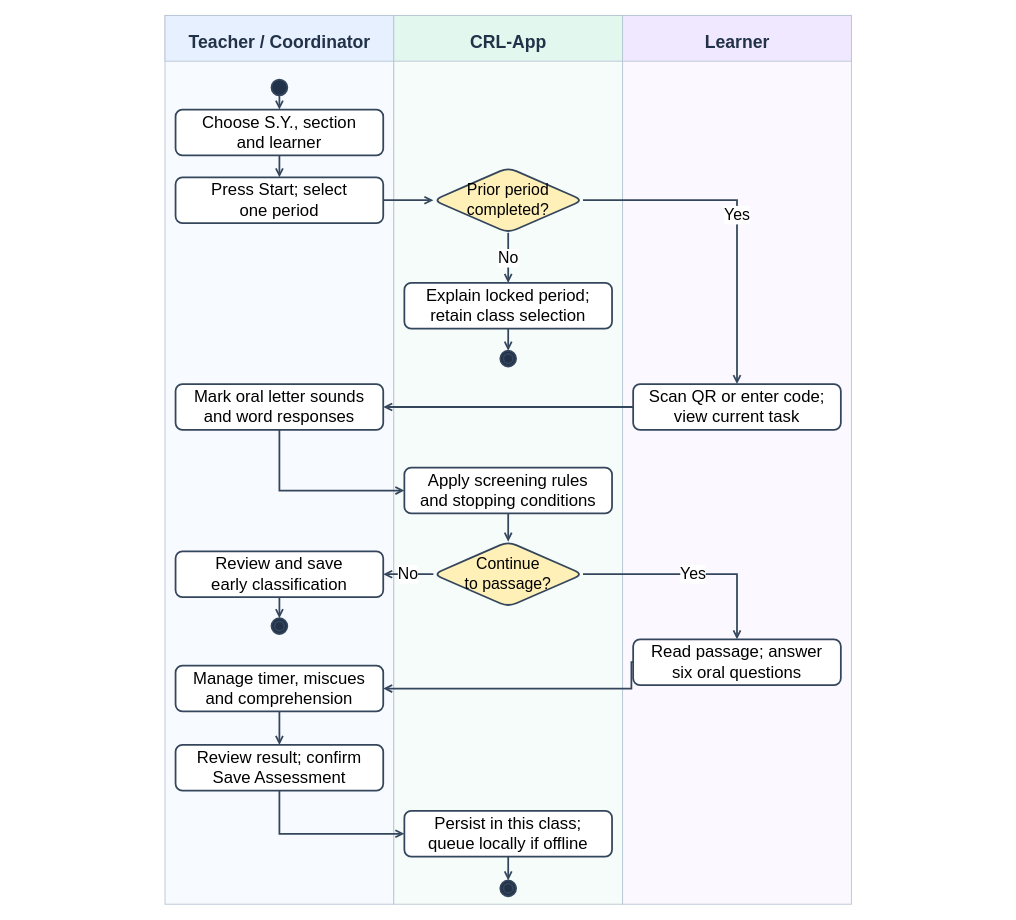
The draw.io diagram docs/diagrams/class-workspaces/figure-08-assessment.drawio in AkuSayangKamuJudaSayang/crl-app, before the edit. Source tidied: cells renumbered, new cells numbered last; positions are measured from the earlier drawing's top-left corner, leaving out a move shared by most shapes. Both pictures are drawn from the tidied source at 88%, with x=0, y=0 at pixel (15, 15).
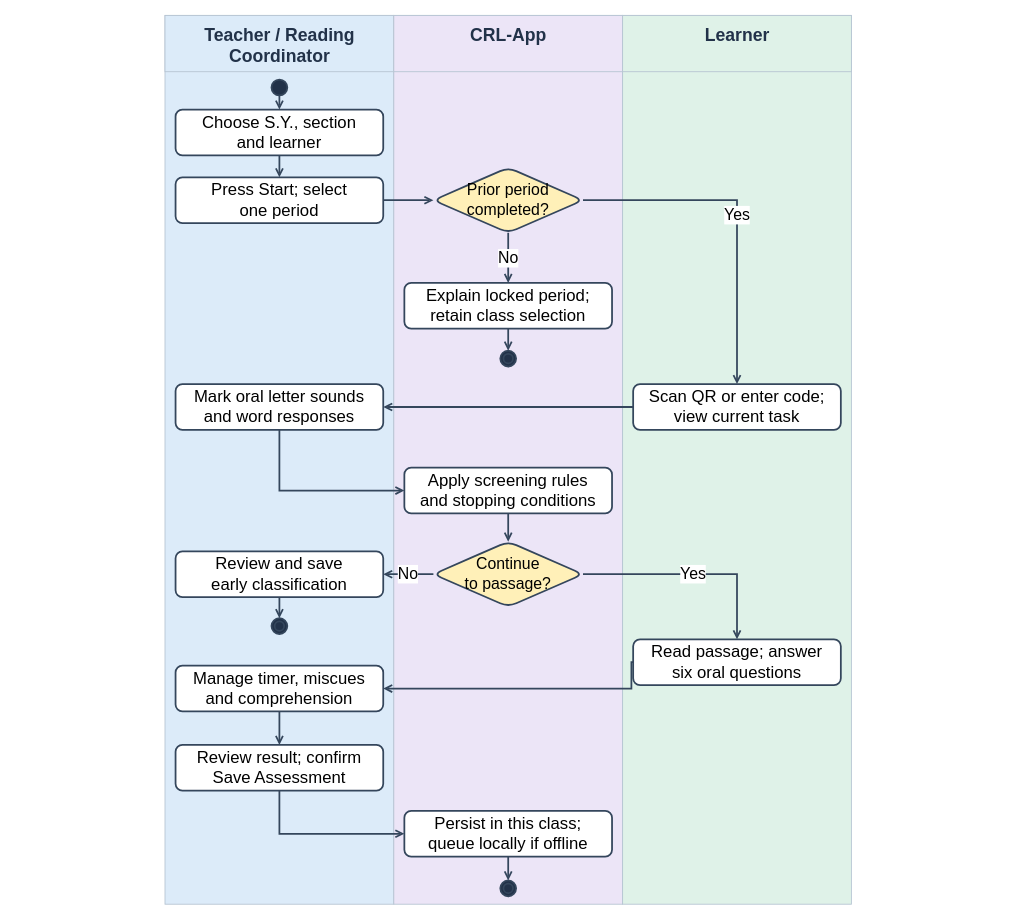
The same diagram, later.

What changed in the source:
```diff
@@
-    <mxCell id="2" style="rounded=0;fillColor=#f7faff;strokeColor=#b6c4d2;" parent="1" vertex="1">
+    <mxCell id="2" style="rounded=0;fillColor=#dcebf9;strokeColor=#b6c4d2;" parent="1" vertex="1">
       <mxGeometry x="170" width="260" height="1010" as="geometry" />
     </mxCell>
-    <mxCell id="3" style="rounded=0;fillColor=#e7f0ff;strokeColor=#b6c4d2;" parent="1" vertex="1">
-      <mxGeometry x="170" width="260" height="52" as="geometry" />
+    <mxCell id="3" style="rounded=0;fillColor=#dcebf9;strokeColor=#b6c4d2;" parent="1" vertex="1">
+      <mxGeometry x="170" width="260" height="64" as="geometry" />
     </mxCell>
-    <mxCell id="4" value="Teacher / Coordinator" style="text;html=1;align=center;verticalAlign=top;fontSize=20;fontColor=#223249;fontStyle=1;strokeColor=none;fillColor=none;" parent="1" vertex="1">
-      <mxGeometry y="11" width="600" height="24" as="geometry" />
+    <mxCell id="4" value="Teacher / Reading&lt;br&gt;Coordinator" style="text;html=1;align=center;verticalAlign=top;fontSize=20;fontColor=#223249;fontStyle=1;strokeColor=none;fillColor=none;" parent="1" vertex="1">
+      <mxGeometry y="4" width="600" height="48" as="geometry" />
     </mxCell>
-    <mxCell id="5" style="rounded=0;fillColor=#f6fcf9;strokeColor=#b6c4d2;" parent="1" vertex="1">
+    <mxCell id="5" style="rounded=0;fillColor=#ece5f7;strokeColor=#b6c4d2;" parent="1" vertex="1">
       <mxGeometry x="430" width="260" height="1010" as="geometry" />
     </mxCell>
-    <mxCell id="6" style="rounded=0;fillColor=#e2f7ee;strokeColor=#b6c4d2;" parent="1" vertex="1">
-      <mxGeometry x="430" width="260" height="52" as="geometry" />
+    <mxCell id="6" style="rounded=0;fillColor=#ece5f7;strokeColor=#b6c4d2;" parent="1" vertex="1">
+      <mxGeometry x="430" width="260" height="64" as="geometry" />
     </mxCell>
     <mxCell id="7" value="CRL-App" style="text;html=1;align=center;verticalAlign=top;fontSize=20;fontColor=#223249;fontStyle=1;strokeColor=none;fillColor=none;" parent="1" vertex="1">
-      <mxGeometry x="260" y="11" width="600" height="24" as="geometry" />
+      <mxGeometry x="260" y="4" width="600" height="24" as="geometry" />
     </mxCell>
-    <mxCell id="8" style="rounded=0;fillColor=#fbf8ff;strokeColor=#b6c4d2;" parent="1" vertex="1">
+    <mxCell id="8" style="rounded=0;fillColor=#dff2e8;strokeColor=#b6c4d2;" parent="1" vertex="1">
       <mxGeometry x="690" width="260" height="1010" as="geometry" />
     </mxCell>
-    <mxCell id="9" style="rounded=0;fillColor=#f0e8ff;strokeColor=#b6c4d2;" parent="1" vertex="1">
-      <mxGeometry x="690" width="260" height="52" as="geometry" />
+    <mxCell id="9" style="rounded=0;fillColor=#dff2e8;strokeColor=#b6c4d2;" parent="1" vertex="1">
+      <mxGeometry x="690" width="260" height="64" as="geometry" />
     </mxCell>
     <mxCell id="10" value="Learner" style="text;html=1;align=center;verticalAlign=top;fontSize=20;fontColor=#223249;fontStyle=1;strokeColor=none;fillColor=none;" parent="1" vertex="1">
-      <mxGeometry x="520" y="11" width="600" height="24" as="geometry" />
+      <mxGeometry x="520" y="4" width="600" height="24" as="geometry" />
     </mxCell>
```
